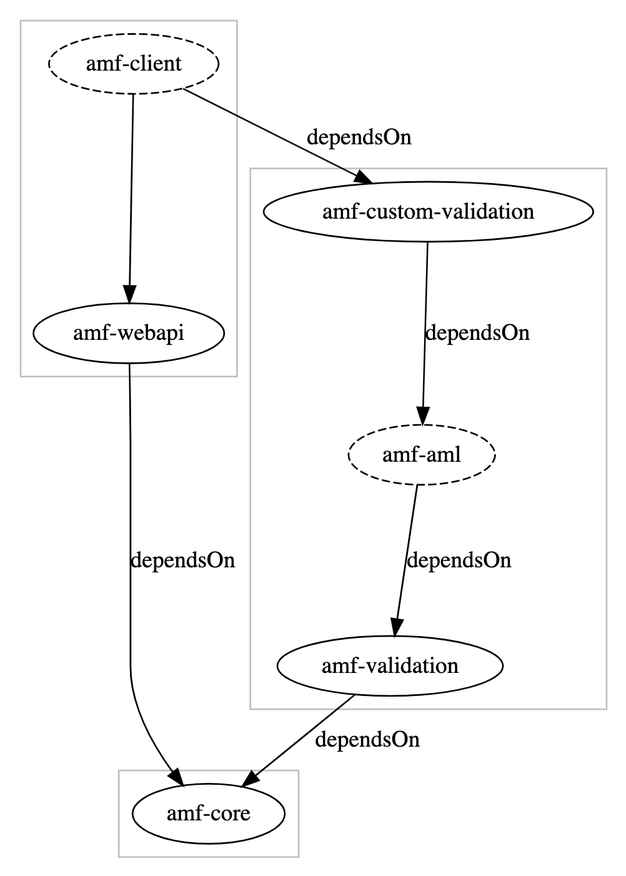
Above: amf-ecosystem-modules.png in aml-org/amf (Graphviz), before the change. Its source is kept beside it as amf-ecosystem-modules.dot. Its diagram source:
```dot
digraph G {
    # modules
    subgraph cluster_0 {
        "amf-client" [style=dashed]
	    "amf-webapi"
	    color=gray
    }
    subgraph cluster_1 {
        "amf-custom-validation"
    	"amf-aml" [style=dashed]
	    "amf-validation"
	    color=gray
    }

    subgraph cluster_2 {
	    "amf-core"
	    color=gray
    }

	# dependencies
	"amf-client" -> "amf-webapi"
	"amf-client" -> "amf-custom-validation" -> "amf-aml" -> "amf-validation" -> "amf-core" [label="dependsOn"]
	"amf-webapi" -> "amf-core" [label="dependsOn"]
}
```
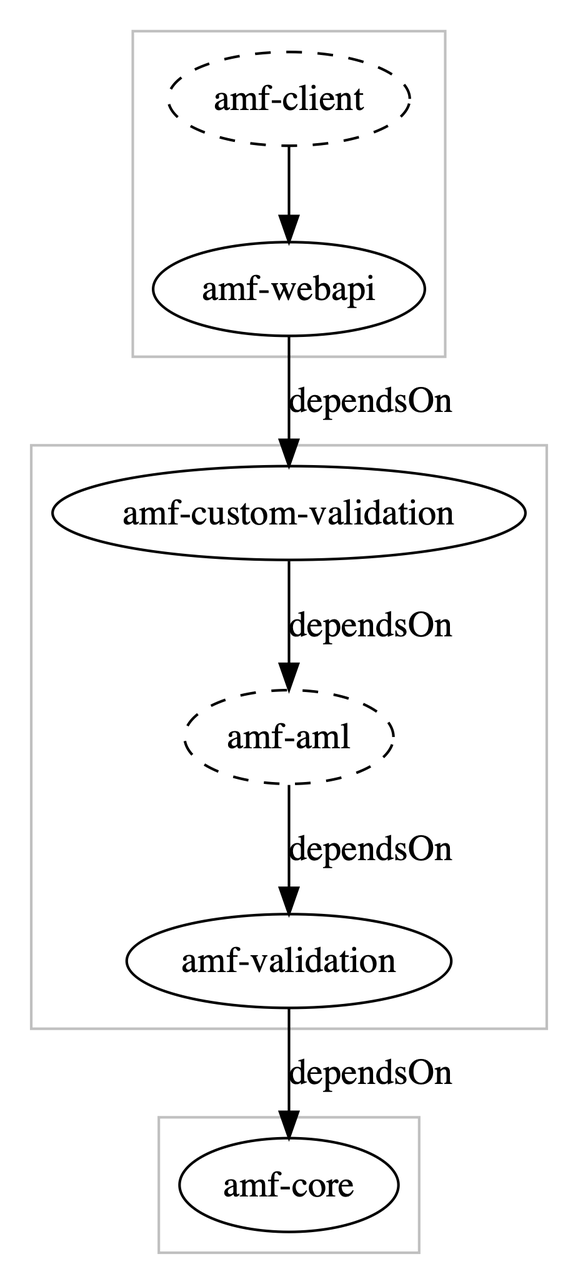
Later version of the same file.

Change to the diagram source:
```diff
@@ -1,4 +1,6 @@
+
 digraph G {
+    graph [ dpi = 300 ];
     # modules
     subgraph cluster_0 {
         "amf-client" [style=dashed]
@@ -19,6 +21,5 @@
 
 	# dependencies
 	"amf-client" -> "amf-webapi"
-	"amf-client" -> "amf-custom-validation" -> "amf-aml" -> "amf-validation" -> "amf-core" [label="dependsOn"]
-	"amf-webapi" -> "amf-core" [label="dependsOn"]
+	"amf-webapi" -> "amf-custom-validation" -> "amf-aml" -> "amf-validation" -> "amf-core" [label="dependsOn"]
 }
```
